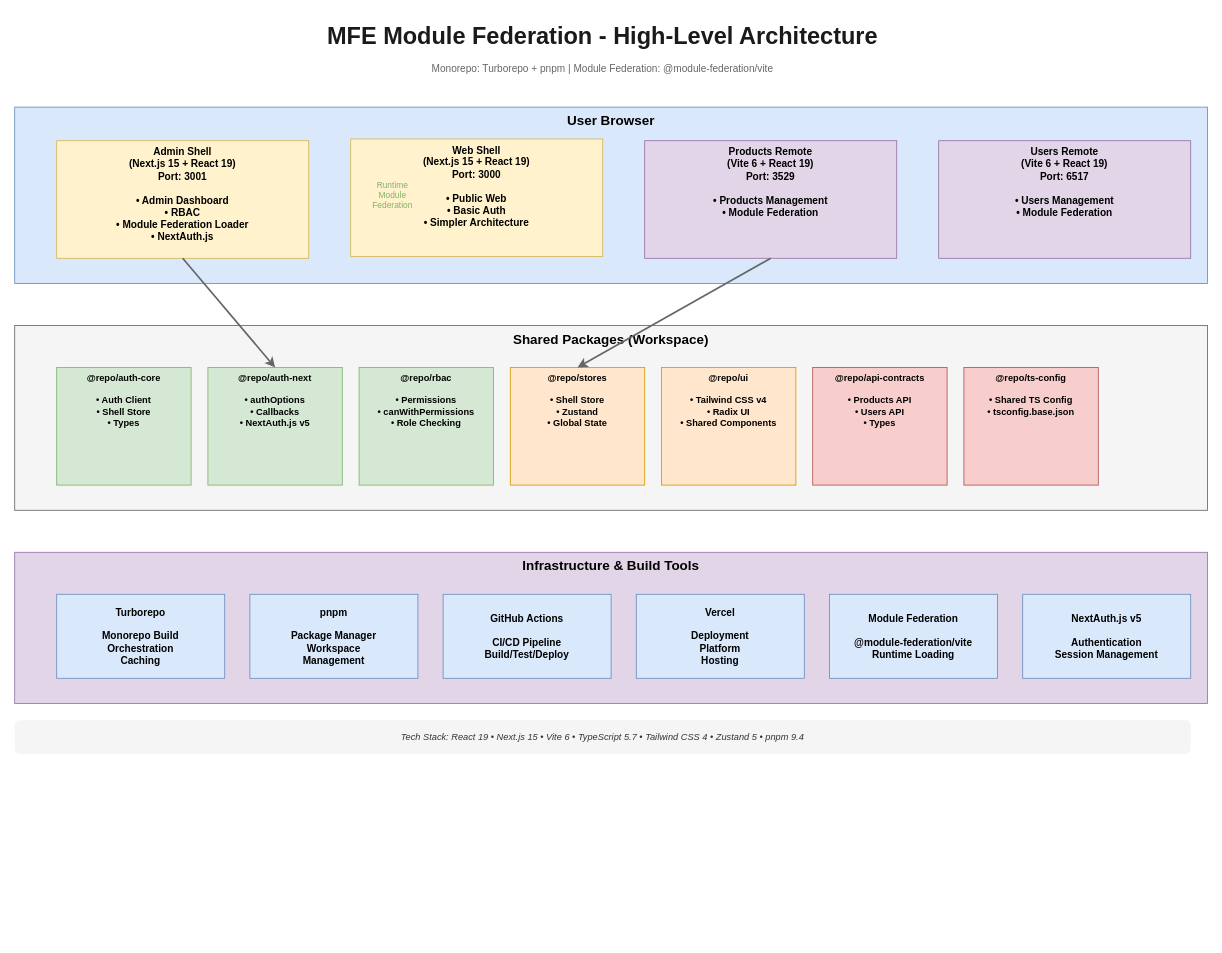
pmann2110/mfe-template keeps this draw.io diagram as page "1. High-Level Architecture" (1 of 4) of docs/MFE.drawio.xml. Above is the earlier version. Source tidied: cells renumbered, new cells numbered last; positions are measured from the earlier drawing's top-left corner, leaving out a move shared by most shapes. Both pictures are drawn from the tidied source at 84%, with x=0, y=0 at pixel (14, 14).
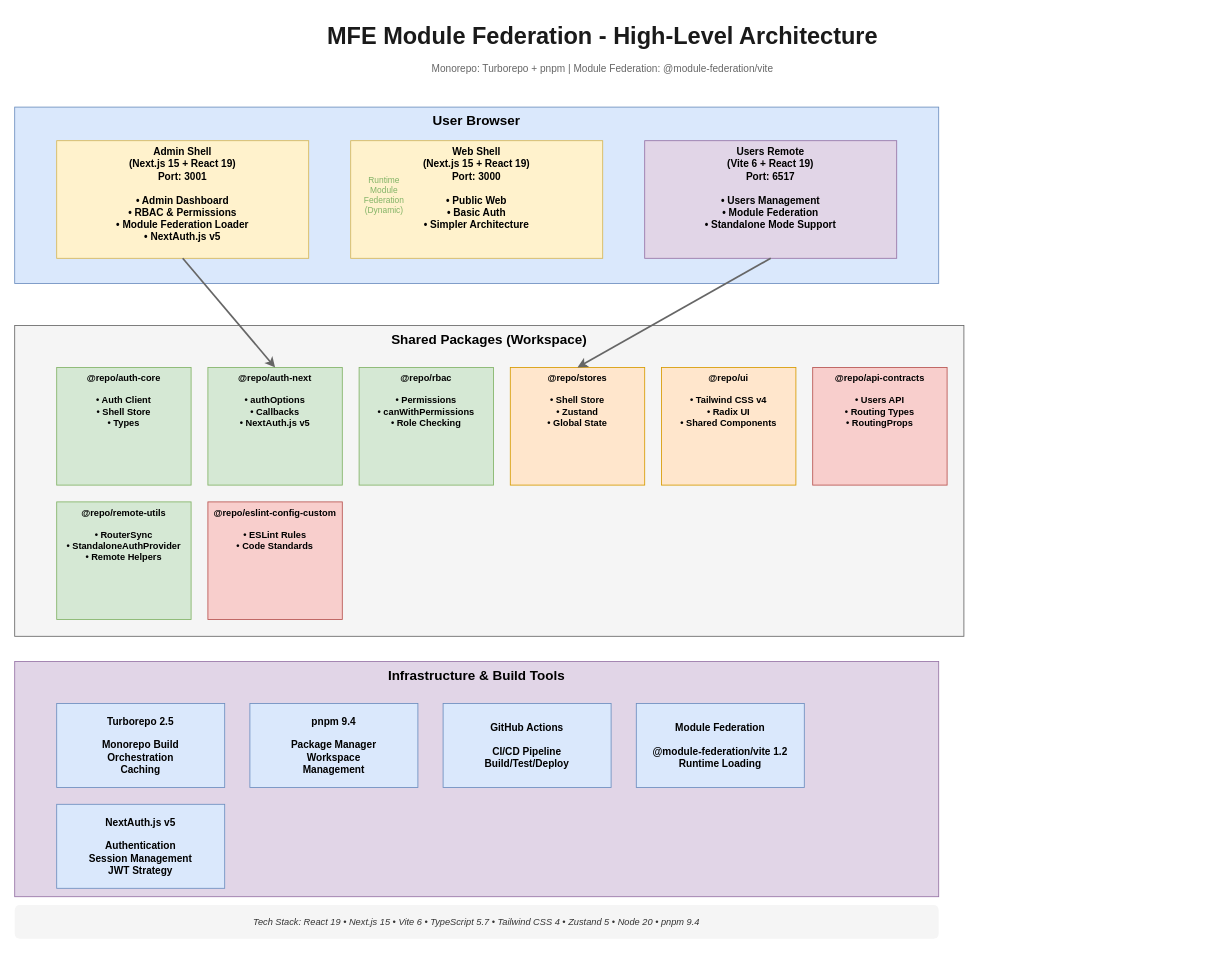
The same diagram, later.

Unchanged cells that the change refers to:
```xml
<mxCell id="12" value="@repo/auth-next&#10;&#10;• authOptions&#10;• Callbacks&#10;• NextAuth.js v5" style="rounded=0;whiteSpace=wrap;html=1;fillColor=#d5e8d4;strokeColor=#82b366;fontSize=11;verticalAlign=top;fontStyle=1;" parent="1" vertex="1">
  <mxGeometry x="230" y="420" width="160" height="140" as="geometry" />
</mxCell>
<mxCell id="14" value="@repo/stores&#10;&#10;• Shell Store&#10;• Zustand&#10;• Global State" style="rounded=0;whiteSpace=wrap;html=1;fillColor=#ffe6cc;strokeColor=#d79b00;fontSize=11;verticalAlign=top;fontStyle=1;" parent="1" vertex="1">
  <mxGeometry x="590" y="420" width="160" height="140" as="geometry" />
</mxCell>
```

The edit, as a diff of the source:
```diff
@@
     <mxCell id="4" value="User Browser" style="rounded=0;whiteSpace=wrap;html=1;fillColor=#dae8fc;strokeColor=#6c8ebf;fontSize=16;fontStyle=1;verticalAlign=top;align=center;" parent="1" vertex="1">
-      <mxGeometry y="110" width="1420" height="210" as="geometry" />
+      <mxGeometry y="110" width="1100" height="210" as="geometry" />
     </mxCell>
-    <mxCell id="5" value="Admin Shell&#10;(Next.js 15 + React 19)&#10;Port: 3001&#10;&#10;• Admin Dashboard&#10;• RBAC&#10;• Module Federation Loader&#10;• NextAuth.js" style="rounded=0;whiteSpace=wrap;html=1;fillColor=#fff2cc;strokeColor=#d6b656;fontSize=12;fontStyle=1;verticalAlign=top;" parent="1" vertex="1">
-      <mxGeometry x="50" y="150" width="300" height="140" as="geometry" />
-    </mxCell>
+    <mxCell id="28" value="Admin Shell&#10;(Next.js 15 + React 19)&#10;Port: 3001&#10;&#10;• Admin Dashboard&#10;• RBAC &amp; Permissions&#10;• Module Federation Loader&#10;• NextAuth.js v5" style="rounded=0;whiteSpace=wrap;html=1;fillColor=#fff2cc;strokeColor=#d6b656;fontSize=12;fontStyle=1;verticalAlign=top;" parent="1" vertex="1">
+      <mxGeometry x="50" y="150" width="300" height="140" as="geometry" />
+    </mxCell>
     <mxCell id="6" value="Web Shell&#10;(Next.js 15 + React 19)&#10;Port: 3000&#10;&#10;• Public Web&#10;• Basic Auth&#10;• Simpler Architecture" style="rounded=0;whiteSpace=wrap;html=1;fillColor=#fff2cc;strokeColor=#d6b656;fontSize=12;fontStyle=1;verticalAlign=top;" parent="1" vertex="1">
-      <mxGeometry x="400" y="148" width="300" height="140" as="geometry" />
+      <mxGeometry x="400" y="150" width="300" height="140" as="geometry" />
     </mxCell>
-    <mxCell id="7" value="Products Remote&#10;(Vite 6 + React 19)&#10;Port: 3529&#10;&#10;• Products Management&#10;• Module Federation" style="rounded=0;whiteSpace=wrap;html=1;fillColor=#e1d5e7;strokeColor=#9673a6;fontSize=12;fontStyle=1;verticalAlign=top;" parent="1" vertex="1">
-      <mxGeometry x="750" y="150" width="300" height="140" as="geometry" />
-    </mxCell>
-    <mxCell id="8" value="Users Remote&#10;(Vite 6 + React 19)&#10;Port: 6517&#10;&#10;• Users Management&#10;• Module Federation" style="rounded=0;whiteSpace=wrap;html=1;fillColor=#e1d5e7;strokeColor=#9673a6;fontSize=12;fontStyle=1;verticalAlign=top;" parent="1" vertex="1">
-      <mxGeometry x="1100" y="150" width="300" height="140" as="geometry" />
-    </mxCell>
-    <mxCell id="9" value="Runtime&#10;Module&#10;Federation" style="text;html=1;strokeColor=none;fillColor=none;align=center;verticalAlign=middle;whiteSpace=wrap;rounded=0;fontSize=10;fontColor=#82b366;" parent="1" vertex="1">
-      <mxGeometry x="400" y="195" width="100" height="40" as="geometry" />
-    </mxCell>
+    <mxCell id="29" value="Users Remote&#10;(Vite 6 + React 19)&#10;Port: 6517&#10;&#10;• Users Management&#10;• Module Federation&#10;• Standalone Mode Support" style="rounded=0;whiteSpace=wrap;html=1;fillColor=#e1d5e7;strokeColor=#9673a6;fontSize=12;fontStyle=1;verticalAlign=top;" parent="1" vertex="1">
+      <mxGeometry x="750" y="150" width="300" height="140" as="geometry" />
+    </mxCell>
+    <mxCell id="30" value="Runtime&#10;Module&#10;Federation&#10;(Dynamic)" style="text;html=1;strokeColor=none;fillColor=none;align=center;verticalAlign=middle;whiteSpace=wrap;rounded=0;fontSize=10;fontColor=#82b366;" parent="1" vertex="1">
+      <mxGeometry x="390" y="190" width="100" height="50" as="geometry" />
+    </mxCell>
     <mxCell id="10" value="Shared Packages (Workspace)" style="rounded=0;whiteSpace=wrap;html=1;fillColor=#f5f5f5;strokeColor=#666666;fontSize=16;fontStyle=1;verticalAlign=top;" parent="1" vertex="1">
-      <mxGeometry y="370" width="1420" height="220" as="geometry" />
+      <mxGeometry y="370" width="1130" height="370" as="geometry" />
     </mxCell>
@@
-    <mxCell id="16" value="@repo/api-contracts&#10;&#10;• Products API&#10;• Users API&#10;• Types" style="rounded=0;whiteSpace=wrap;html=1;fillColor=#f8cecc;strokeColor=#b85450;fontSize=11;verticalAlign=top;fontStyle=1;" parent="1" vertex="1">
-      <mxGeometry x="950" y="420" width="160" height="140" as="geometry" />
-    </mxCell>
-    <mxCell id="17" value="@repo/ts-config&#10;&#10;• Shared TS Config&#10;• tsconfig.base.json" style="rounded=0;whiteSpace=wrap;html=1;fillColor=#f8cecc;strokeColor=#b85450;fontSize=11;verticalAlign=top;fontStyle=1;" parent="1" vertex="1">
-      <mxGeometry x="1130" y="420" width="160" height="140" as="geometry" />
-    </mxCell>
+    <mxCell id="31" value="@repo/api-contracts&#10;&#10;• Users API&#10;• Routing Types&#10;• RoutingProps" style="rounded=0;whiteSpace=wrap;html=1;fillColor=#f8cecc;strokeColor=#b85450;fontSize=11;verticalAlign=top;fontStyle=1;" parent="1" vertex="1">
+      <mxGeometry x="950" y="420" width="160" height="140" as="geometry" />
+    </mxCell>
+    <mxCell id="32" value="@repo/remote-utils&#10;&#10;• RouterSync&#10;• StandaloneAuthProvider&#10;• Remote Helpers" style="rounded=0;whiteSpace=wrap;html=1;fillColor=#d5e8d4;strokeColor=#82b366;fontSize=11;verticalAlign=top;fontStyle=1;" parent="1" vertex="1">
+      <mxGeometry x="50" y="580" width="160" height="140" as="geometry" />
+    </mxCell>
+    <mxCell id="33" value="@repo/eslint-config-custom&#10;&#10;• ESLint Rules&#10;• Code Standards" style="rounded=0;whiteSpace=wrap;html=1;fillColor=#f8cecc;strokeColor=#b85450;fontSize=11;verticalAlign=top;fontStyle=1;" parent="1" vertex="1">
+      <mxGeometry x="230" y="580" width="160" height="140" as="geometry" />
+    </mxCell>
     <mxCell id="18" value="Infrastructure &amp; Build Tools" style="rounded=0;whiteSpace=wrap;html=1;fillColor=#e1d5e7;strokeColor=#9673a6;fontSize=16;fontStyle=1;verticalAlign=top;" parent="1" vertex="1">
-      <mxGeometry y="640" width="1420" height="180" as="geometry" />
+      <mxGeometry y="770" width="1100" height="280" as="geometry" />
     </mxCell>
-    <mxCell id="19" value="Turborepo&#10;&#10;Monorepo Build&#10;Orchestration&#10;Caching" style="rounded=0;whiteSpace=wrap;html=1;fillColor=#dae8fc;strokeColor=#6c8ebf;fontSize=12;fontStyle=1;" parent="1" vertex="1">
-      <mxGeometry x="50" y="690" width="200" height="100" as="geometry" />
-    </mxCell>
-    <mxCell id="20" value="pnpm&#10;&#10;Package Manager&#10;Workspace&#10;Management" style="rounded=0;whiteSpace=wrap;html=1;fillColor=#dae8fc;strokeColor=#6c8ebf;fontSize=12;fontStyle=1;" parent="1" vertex="1">
-      <mxGeometry x="280" y="690" width="200" height="100" as="geometry" />
-    </mxCell>
+    <mxCell id="34" value="Turborepo 2.5&#10;&#10;Monorepo Build&#10;Orchestration&#10;Caching" style="rounded=0;whiteSpace=wrap;html=1;fillColor=#dae8fc;strokeColor=#6c8ebf;fontSize=12;fontStyle=1;" parent="1" vertex="1">
+      <mxGeometry x="50" y="820" width="200" height="100" as="geometry" />
+    </mxCell>
+    <mxCell id="35" value="pnpm 9.4&#10;&#10;Package Manager&#10;Workspace&#10;Management" style="rounded=0;whiteSpace=wrap;html=1;fillColor=#dae8fc;strokeColor=#6c8ebf;fontSize=12;fontStyle=1;" parent="1" vertex="1">
+      <mxGeometry x="280" y="820" width="200" height="100" as="geometry" />
+    </mxCell>
     <mxCell id="21" value="GitHub Actions&#10;&#10;CI/CD Pipeline&#10;Build/Test/Deploy" style="rounded=0;whiteSpace=wrap;html=1;fillColor=#dae8fc;strokeColor=#6c8ebf;fontSize=12;fontStyle=1;" parent="1" vertex="1">
-      <mxGeometry x="510" y="690" width="200" height="100" as="geometry" />
+      <mxGeometry x="510" y="820" width="200" height="100" as="geometry" />
     </mxCell>
-    <mxCell id="22" value="Vercel&#10;&#10;Deployment&#10;Platform&#10;Hosting" style="rounded=0;whiteSpace=wrap;html=1;fillColor=#dae8fc;strokeColor=#6c8ebf;fontSize=12;fontStyle=1;" parent="1" vertex="1">
-      <mxGeometry x="740" y="690" width="200" height="100" as="geometry" />
-    </mxCell>
-    <mxCell id="23" value="Module Federation&#10;&#10;@module-federation/vite&#10;Runtime Loading" style="rounded=0;whiteSpace=wrap;html=1;fillColor=#dae8fc;strokeColor=#6c8ebf;fontSize=12;fontStyle=1;" parent="1" vertex="1">
-      <mxGeometry x="970" y="690" width="200" height="100" as="geometry" />
-    </mxCell>
-    <mxCell id="24" value="NextAuth.js v5&#10;&#10;Authentication&#10;Session Management" style="rounded=0;whiteSpace=wrap;html=1;fillColor=#dae8fc;strokeColor=#6c8ebf;fontSize=12;fontStyle=1;" parent="1" vertex="1">
-      <mxGeometry x="1200" y="690" width="200" height="100" as="geometry" />
-    </mxCell>
-    <mxCell id="25" value="Tech Stack: React 19 • Next.js 15 • Vite 6 • TypeScript 5.7 • Tailwind CSS 4 • Zustand 5 • pnpm 9.4" style="text;html=1;strokeColor=none;fillColor=#f5f5f5;align=center;verticalAlign=middle;whiteSpace=wrap;rounded=1;fontSize=11;fontColor=#333333;fontStyle=2;" parent="1" vertex="1">
-      <mxGeometry y="840" width="1400" height="40" as="geometry" />
-    </mxCell>
-    <mxCell id="26" style="endArrow=classic;html=1;rounded=0;strokeWidth=2;strokeColor=#666666;exitX=0.5;exitY=1;exitDx=0;exitDy=0;entryX=0.5;entryY=0;entryDx=0;entryDy=0;" parent="1" edge="1" source="5" target="12">
-      <mxGeometry relative="1" as="geometry" />
-    </mxCell>
-    <mxCell id="27" style="endArrow=classic;html=1;rounded=0;strokeWidth=2;strokeColor=#666666;exitX=0.5;exitY=1;exitDx=0;exitDy=0;entryX=0.5;entryY=0;entryDx=0;entryDy=0;" parent="1" edge="1" source="7" target="14">
-      <mxGeometry relative="1" as="geometry" />
-    </mxCell>
+    <mxCell id="36" value="Module Federation&#10;&#10;@module-federation/vite 1.2&#10;Runtime Loading" style="rounded=0;whiteSpace=wrap;html=1;fillColor=#dae8fc;strokeColor=#6c8ebf;fontSize=12;fontStyle=1;" parent="1" vertex="1">
+      <mxGeometry x="740" y="820" width="200" height="100" as="geometry" />
+    </mxCell>
+    <mxCell id="37" value="NextAuth.js v5&#10;&#10;Authentication&#10;Session Management&#10;JWT Strategy" style="rounded=0;whiteSpace=wrap;html=1;fillColor=#dae8fc;strokeColor=#6c8ebf;fontSize=12;fontStyle=1;" parent="1" vertex="1">
+      <mxGeometry x="50" y="940" width="200" height="100" as="geometry" />
+    </mxCell>
+    <mxCell id="38" value="Tech Stack: React 19 • Next.js 15 • Vite 6 • TypeScript 5.7 • Tailwind CSS 4 • Zustand 5 • Node 20 • pnpm 9.4" style="text;html=1;strokeColor=none;fillColor=#f5f5f5;align=center;verticalAlign=middle;whiteSpace=wrap;rounded=1;fontSize=11;fontColor=#333333;fontStyle=2;" parent="1" vertex="1">
+      <mxGeometry y="1060" width="1100" height="40" as="geometry" />
+    </mxCell>
+    <mxCell id="39" style="endArrow=classic;html=1;rounded=0;strokeWidth=2;strokeColor=#666666;exitX=0.5;exitY=1;exitDx=0;exitDy=0;entryX=0.5;entryY=0;entryDx=0;entryDy=0;" parent="1" edge="1" source="28" target="12">
+      <mxGeometry relative="1" as="geometry" />
+    </mxCell>
+    <mxCell id="40" style="endArrow=classic;html=1;rounded=0;strokeWidth=2;strokeColor=#666666;exitX=0.5;exitY=1;exitDx=0;exitDy=0;entryX=0.5;entryY=0;entryDx=0;entryDy=0;" parent="1" edge="1" source="29" target="14">
+      <mxGeometry relative="1" as="geometry" />
+    </mxCell>
```
